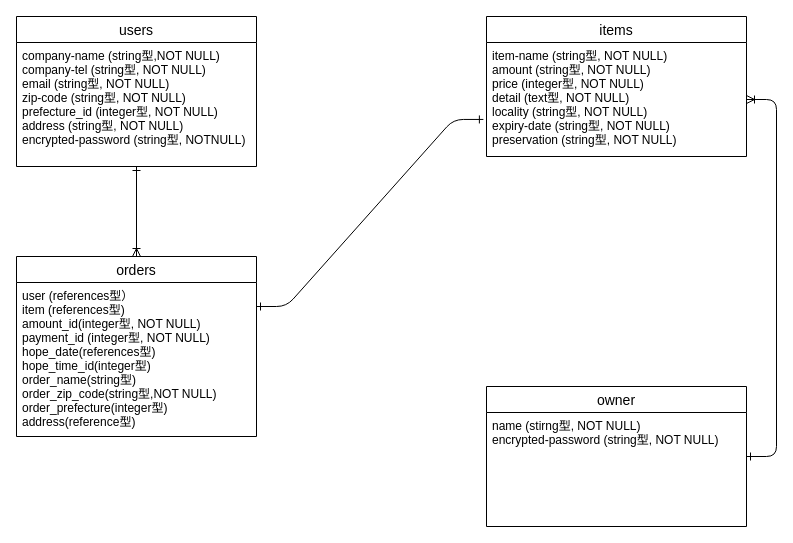
The draw.io diagram page "ページ1" (1 of 2) of meat2.dio in Jun-Tagami/beginner-s-butcher-shop, before the edit. Source tidied: cells renumbered, new cells numbered last; positions are measured from the earlier drawing's top-left corner, leaving out a move shared by most shapes. Both pictures are drawn from the tidied source at 100%, with x=0, y=0 at pixel (16, 16).
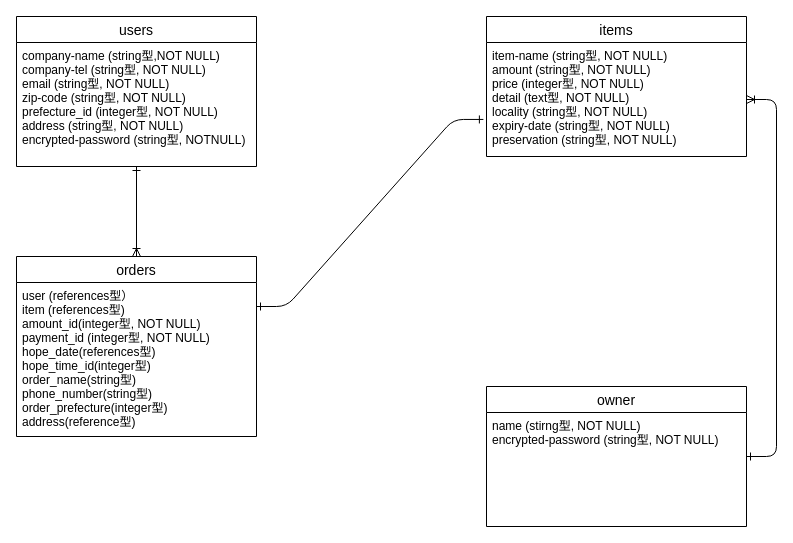
The same page after the edit.

The edit, as a diff of the source:
```diff
@@
 <mxGraphModel>
   <root>
     <mxCell id="0" />
     <mxCell id="1" parent="0" />
     <mxCell id="2" value="users" style="swimlane;fontStyle=0;horizontal=1;startSize=26;align=center;fontSize=14;" parent="1" vertex="1">
       <mxGeometry width="240" height="150" as="geometry" />
     </mxCell>
     <mxCell id="3" value="company-name (string型,NOT NULL)&#10;company-tel (string型, NOT NULL)&#10;email (string型, NOT NULL)&#10;zip-code (string型, NOT NULL)&#10;prefecture_id (integer型, NOT NULL)&#10;address (string型, NOT NULL)&#10;encrypted-password (string型, NOTNULL)" style="text;strokeColor=none;fillColor=none;spacingLeft=4;spacingRight=4;overflow=hidden;points=[[0,0.5],[1,0.5]];portConstraint=eastwest;fontSize=12;" parent="2" vertex="1">
       <mxGeometry y="26" width="240" height="124" as="geometry" />
     </mxCell>
     <mxCell id="4" value="items" style="swimlane;fontStyle=0;horizontal=1;startSize=26;align=center;fontSize=14;" parent="1" vertex="1">
       <mxGeometry x="470" width="260" height="140" as="geometry" />
     </mxCell>
     <mxCell id="5" value="item-name (string型, NOT NULL)&#10;amount (string型, NOT NULL)&#10;price (integer型, NOT NULL)&#10;detail (text型, NOT NULL)&#10;locality (string型, NOT NULL)&#10;expiry-date (string型, NOT NULL)&#10;preservation (string型, NOT NULL)" style="text;strokeColor=none;fillColor=none;spacingLeft=4;spacingRight=4;overflow=hidden;points=[[0,0.5],[1,0.5]];portConstraint=eastwest;fontSize=12;" parent="4" vertex="1">
       <mxGeometry y="26" width="260" height="114" as="geometry" />
     </mxCell>
     <mxCell id="6" value="orders" style="swimlane;fontStyle=0;horizontal=1;startSize=26;align=center;fontSize=14;" parent="1" vertex="1">
       <mxGeometry y="240" width="240" height="180" as="geometry" />
     </mxCell>
-    <mxCell id="7" value="user (references型）&#10;item (references型)&#10;amount_id(integer型, NOT NULL)&#10;payment_id (integer型, NOT NULL)&#10;hope_date(references型)&#10;hope_time_id(integer型)&#10;order_name(string型)&#10;order_zip_code(string型,NOT NULL)&#10;order_prefecture(integer型)&#10;address(reference型)" style="text;strokeColor=none;fillColor=none;spacingLeft=4;spacingRight=4;overflow=hidden;fontSize=12;" parent="6" vertex="1">
+    <mxCell id="7" value="user (references型）&#10;item (references型)&#10;amount_id(integer型, NOT NULL)&#10;payment_id (integer型, NOT NULL)&#10;hope_date(references型)&#10;hope_time_id(integer型)&#10;order_name(string型)&#10;phone_number(string型)&#10;order_prefecture(integer型)&#10;address(reference型)" style="text;strokeColor=none;fillColor=none;spacingLeft=4;spacingRight=4;overflow=hidden;fontSize=12;" parent="6" vertex="1">
       <mxGeometry y="26" width="240" height="154" as="geometry" />
     </mxCell>
     <mxCell id="8" style="fontSize=12;html=1;endArrow=ERone;endFill=1;startArrow=ERoneToMany;startFill=0;exitX=0.5;exitY=0;exitDx=0;exitDy=0;entryX=0.5;entryY=1;entryDx=0;entryDy=0;entryPerimeter=0;" parent="1" edge="1" source="6" target="3">
       <mxGeometry relative="1" as="geometry" />
     </mxCell>
     <mxCell id="9" style="edgeStyle=entityRelationEdgeStyle;fontSize=12;html=1;endArrow=ERone;entryX=-0.012;entryY=0.675;entryDx=0;entryDy=0;entryPerimeter=0;startArrow=ERone;startFill=0;endFill=0;" parent="1" edge="1" target="5">
       <mxGeometry relative="1" as="geometry">
         <mxPoint x="240" y="290" as="sourcePoint" />
       </mxGeometry>
     </mxCell>
     <mxCell id="10" style="edgeStyle=entityRelationEdgeStyle;fontSize=12;html=1;endArrow=ERoneToMany;startArrow=ERone;startFill=0;" parent="1" edge="1" target="5">
       <mxGeometry relative="1" as="geometry">
         <mxPoint x="730" y="440" as="sourcePoint" />
       </mxGeometry>
     </mxCell>
     <mxCell id="11" value="owner" style="swimlane;fontStyle=0;horizontal=1;startSize=26;align=center;fontSize=14;" parent="1" vertex="1">
       <mxGeometry x="470" y="370" width="260" height="140" as="geometry" />
     </mxCell>
     <mxCell id="12" value="name (stirng型, NOT NULL)&#10;encrypted-password (string型, NOT NULL)&#10;" style="text;strokeColor=none;fillColor=none;spacingLeft=4;spacingRight=4;overflow=hidden;fontSize=12;" parent="11" vertex="1">
       <mxGeometry y="26" width="260" height="114" as="geometry" />
     </mxCell>
   </root>
 </mxGraphModel>
```
